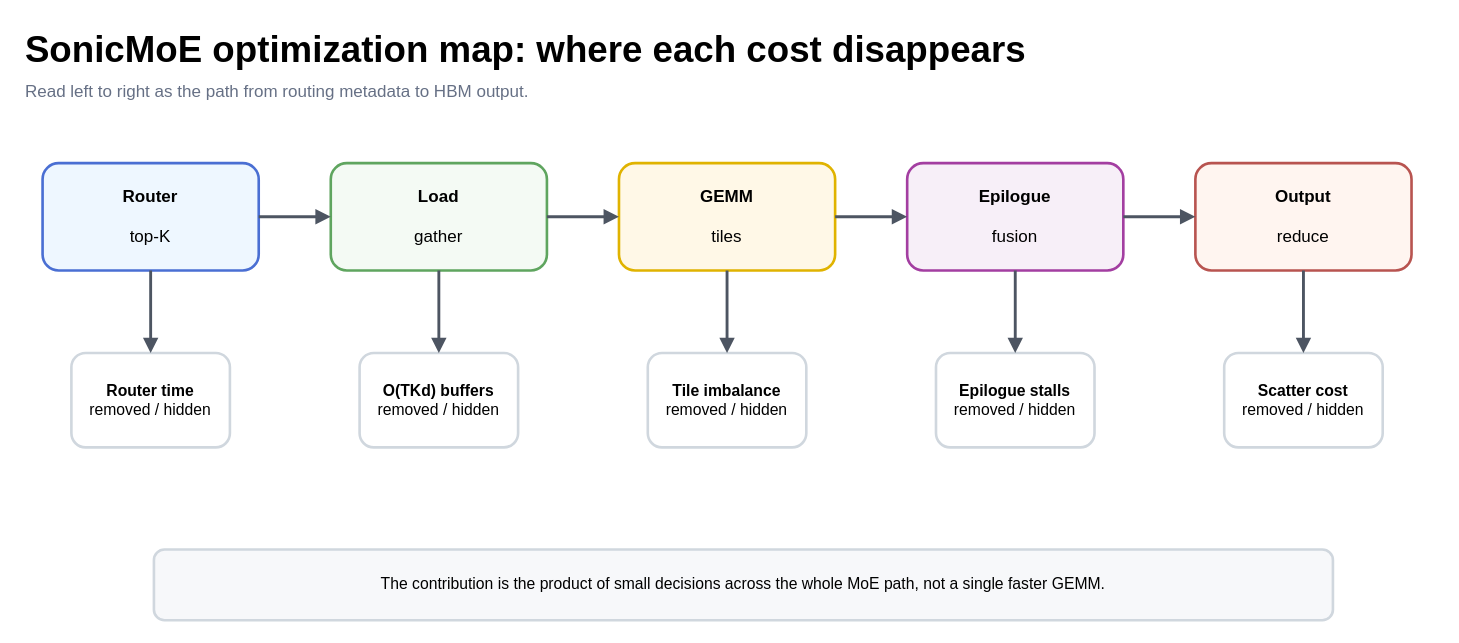
Before: static/drawio/2026-04-27-sonicmoe-blackwell-深度解读-fine-grained-moe-kernel-的算法-软件-硬件三层堆叠/figures/F5.drawio in cassiewilliam/blog, a draw.io diagram. Source tidied: cells renumbered, new cells numbered last; positions are measured from the earlier drawing's top-left corner, leaving out a move shared by most shapes. Both pictures are drawn from the tidied source at 131%, with x=0, y=0 at pixel (22, 22).
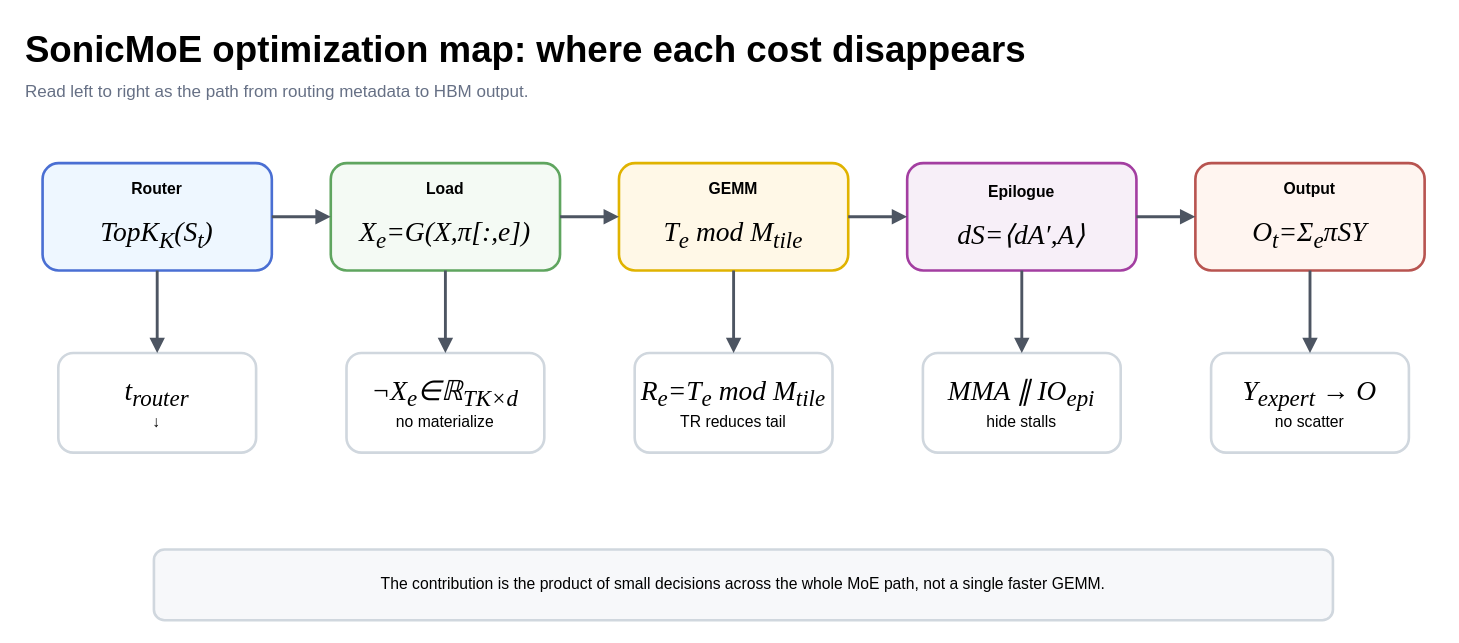
Above is the later version.

Diff of the diagram source:
```diff
@@
-    <mxCell id="4" value="&lt;b&gt;Router&lt;/b&gt;&lt;br&gt;&lt;br&gt;top-K" style="rounded=1;whiteSpace=wrap;html=1;fillColor=#eef7ff;strokeColor=#4a6fd3;strokeWidth=2;align=center;verticalAlign=middle;fontFamily=Helvetica;fontSize=13;" parent="1" vertex="1">
-      <mxGeometry x="15" y="107" width="165" height="82" as="geometry" />
+    <mxCell id="4" value="&lt;b&gt;Router&lt;/b&gt;&lt;br&gt;&lt;br&gt;&lt;font face=&quot;Times New Roman&quot; style=&quot;font-size: 21px;&quot;&gt;&lt;i&gt;TopK&lt;sub&gt;K&lt;/sub&gt;(S&lt;sub&gt;t&lt;/sub&gt;)&lt;/i&gt;&lt;/font&gt;" style="rounded=1;whiteSpace=wrap;html=1;fillColor=#eef7ff;strokeColor=#4a6fd3;strokeWidth=2;align=center;verticalAlign=middle;fontFamily=Helvetica;fontSize=12;" parent="1" vertex="1">
+      <mxGeometry x="15" y="107" width="175" height="82" as="geometry" />
     </mxCell>
-    <mxCell id="5" value="&lt;b&gt;Router time&lt;/b&gt;&lt;br&gt;removed / hidden" style="rounded=1;whiteSpace=wrap;html=1;fillColor=#fff;strokeColor=#d0d7de;strokeWidth=2;align=center;verticalAlign=middle;fontFamily=Helvetica;fontSize=12;" parent="1" vertex="1">
-      <mxGeometry x="37" y="252" width="121" height="72" as="geometry" />
+    <mxCell id="5" value="&lt;font face=&quot;Times New Roman&quot; style=&quot;font-size: 21px;&quot;&gt;&lt;i&gt;t&lt;sub&gt;router&lt;/sub&gt;&lt;/i&gt;&lt;/font&gt;&lt;br&gt;↓" style="rounded=1;whiteSpace=wrap;html=1;fillColor=#fff;strokeColor=#d0d7de;strokeWidth=2;align=center;verticalAlign=middle;fontFamily=Helvetica;fontSize=12;" parent="1" vertex="1">
+      <mxGeometry x="27" y="252" width="151" height="76" as="geometry" />
     </mxCell>
@@
-    <mxCell id="7" value="&lt;b&gt;Load&lt;/b&gt;&lt;br&gt;&lt;br&gt;gather" style="rounded=1;whiteSpace=wrap;html=1;fillColor=#f4faf4;strokeColor=#5fa55f;strokeWidth=2;align=center;verticalAlign=middle;fontFamily=Helvetica;fontSize=13;" parent="1" vertex="1">
-      <mxGeometry x="235" y="107" width="165" height="82" as="geometry" />
+    <mxCell id="7" value="&lt;b&gt;Load&lt;/b&gt;&lt;br&gt;&lt;br&gt;&lt;font face=&quot;Times New Roman&quot; style=&quot;font-size: 21px;&quot;&gt;&lt;i&gt;X&lt;sub&gt;e&lt;/sub&gt;=G(X,π[:,e])&lt;/i&gt;&lt;/font&gt;" style="rounded=1;whiteSpace=wrap;html=1;fillColor=#f4faf4;strokeColor=#5fa55f;strokeWidth=2;align=center;verticalAlign=middle;fontFamily=Helvetica;fontSize=12;" parent="1" vertex="1">
+      <mxGeometry x="235" y="107" width="175" height="82" as="geometry" />
     </mxCell>
-    <mxCell id="8" value="&lt;b&gt;O(TKd) buffers&lt;/b&gt;&lt;br&gt;removed / hidden" style="rounded=1;whiteSpace=wrap;html=1;fillColor=#fff;strokeColor=#d0d7de;strokeWidth=2;align=center;verticalAlign=middle;fontFamily=Helvetica;fontSize=12;" parent="1" vertex="1">
-      <mxGeometry x="257" y="252" width="121" height="72" as="geometry" />
+    <mxCell id="8" value="&lt;font face=&quot;Times New Roman&quot; style=&quot;font-size: 21px;&quot;&gt;&lt;i&gt;¬X&lt;sub&gt;e&lt;/sub&gt;∈ℝ&lt;sub&gt;TK×d&lt;/sub&gt;&lt;/i&gt;&lt;/font&gt;&lt;br&gt;no materialize" style="rounded=1;whiteSpace=wrap;html=1;fillColor=#fff;strokeColor=#d0d7de;strokeWidth=2;align=center;verticalAlign=middle;fontFamily=Helvetica;fontSize=12;" parent="1" vertex="1">
+      <mxGeometry x="247" y="252" width="151" height="76" as="geometry" />
     </mxCell>
@@
-    <mxCell id="11" value="&lt;b&gt;GEMM&lt;/b&gt;&lt;br&gt;&lt;br&gt;tiles" style="rounded=1;whiteSpace=wrap;html=1;fillColor=#fff8e7;strokeColor=#e0b300;strokeWidth=2;align=center;verticalAlign=middle;fontFamily=Helvetica;fontSize=13;" parent="1" vertex="1">
-      <mxGeometry x="455" y="107" width="165" height="82" as="geometry" />
+    <mxCell id="11" value="&lt;b&gt;GEMM&lt;/b&gt;&lt;br&gt;&lt;br&gt;&lt;font face=&quot;Times New Roman&quot; style=&quot;font-size: 21px;&quot;&gt;&lt;i&gt;T&lt;sub&gt;e&lt;/sub&gt; mod M&lt;sub&gt;tile&lt;/sub&gt;&lt;/i&gt;&lt;/font&gt;" style="rounded=1;whiteSpace=wrap;html=1;fillColor=#fff8e7;strokeColor=#e0b300;strokeWidth=2;align=center;verticalAlign=middle;fontFamily=Helvetica;fontSize=12;" parent="1" vertex="1">
+      <mxGeometry x="455" y="107" width="175" height="82" as="geometry" />
     </mxCell>
-    <mxCell id="12" value="&lt;b&gt;Tile imbalance&lt;/b&gt;&lt;br&gt;removed / hidden" style="rounded=1;whiteSpace=wrap;html=1;fillColor=#fff;strokeColor=#d0d7de;strokeWidth=2;align=center;verticalAlign=middle;fontFamily=Helvetica;fontSize=12;" parent="1" vertex="1">
-      <mxGeometry x="477" y="252" width="121" height="72" as="geometry" />
+    <mxCell id="12" value="&lt;font face=&quot;Times New Roman&quot; style=&quot;font-size: 21px;&quot;&gt;&lt;i&gt;R&lt;sub&gt;e&lt;/sub&gt;=T&lt;sub&gt;e&lt;/sub&gt; mod M&lt;sub&gt;tile&lt;/sub&gt;&lt;/i&gt;&lt;/font&gt;&lt;br&gt;TR reduces tail" style="rounded=1;whiteSpace=wrap;html=1;fillColor=#fff;strokeColor=#d0d7de;strokeWidth=2;align=center;verticalAlign=middle;fontFamily=Helvetica;fontSize=12;" parent="1" vertex="1">
+      <mxGeometry x="467" y="252" width="151" height="76" as="geometry" />
     </mxCell>
@@
-    <mxCell id="15" value="&lt;b&gt;Epilogue&lt;/b&gt;&lt;br&gt;&lt;br&gt;fusion" style="rounded=1;whiteSpace=wrap;html=1;fillColor=#f7eff8;strokeColor=#a33ea1;strokeWidth=2;align=center;verticalAlign=middle;fontFamily=Helvetica;fontSize=13;" parent="1" vertex="1">
-      <mxGeometry x="675" y="107" width="165" height="82" as="geometry" />
+    <mxCell id="15" value="&lt;b&gt;Epilogue&lt;/b&gt;&lt;br&gt;&lt;br&gt;&lt;font face=&quot;Times New Roman&quot; style=&quot;font-size: 21px;&quot;&gt;&lt;i&gt;dS=⟨dA′,A⟩&lt;/i&gt;&lt;/font&gt;" style="rounded=1;whiteSpace=wrap;html=1;fillColor=#f7eff8;strokeColor=#a33ea1;strokeWidth=2;align=center;verticalAlign=middle;fontFamily=Helvetica;fontSize=12;" parent="1" vertex="1">
+      <mxGeometry x="675" y="107" width="175" height="82" as="geometry" />
     </mxCell>
-    <mxCell id="16" value="&lt;b&gt;Epilogue stalls&lt;/b&gt;&lt;br&gt;removed / hidden" style="rounded=1;whiteSpace=wrap;html=1;fillColor=#fff;strokeColor=#d0d7de;strokeWidth=2;align=center;verticalAlign=middle;fontFamily=Helvetica;fontSize=12;" parent="1" vertex="1">
-      <mxGeometry x="697" y="252" width="121" height="72" as="geometry" />
+    <mxCell id="16" value="&lt;font face=&quot;Times New Roman&quot; style=&quot;font-size: 21px;&quot;&gt;&lt;i&gt;MMA ∥ IO&lt;sub&gt;epi&lt;/sub&gt;&lt;/i&gt;&lt;/font&gt;&lt;br&gt;hide stalls" style="rounded=1;whiteSpace=wrap;html=1;fillColor=#fff;strokeColor=#d0d7de;strokeWidth=2;align=center;verticalAlign=middle;fontFamily=Helvetica;fontSize=12;" parent="1" vertex="1">
+      <mxGeometry x="687" y="252" width="151" height="76" as="geometry" />
     </mxCell>
@@
-    <mxCell id="19" value="&lt;b&gt;Output&lt;/b&gt;&lt;br&gt;&lt;br&gt;reduce" style="rounded=1;whiteSpace=wrap;html=1;fillColor=#fff5f0;strokeColor=#b85450;strokeWidth=2;align=center;verticalAlign=middle;fontFamily=Helvetica;fontSize=13;" parent="1" vertex="1">
-      <mxGeometry x="895" y="107" width="165" height="82" as="geometry" />
+    <mxCell id="19" value="&lt;b&gt;Output&lt;/b&gt;&lt;br&gt;&lt;br&gt;&lt;font face=&quot;Times New Roman&quot; style=&quot;font-size: 21px;&quot;&gt;&lt;i&gt;O&lt;sub&gt;t&lt;/sub&gt;=Σ&lt;sub&gt;e&lt;/sub&gt;πSY&lt;/i&gt;&lt;/font&gt;" style="rounded=1;whiteSpace=wrap;html=1;fillColor=#fff5f0;strokeColor=#b85450;strokeWidth=2;align=center;verticalAlign=middle;fontFamily=Helvetica;fontSize=12;" parent="1" vertex="1">
+      <mxGeometry x="895" y="107" width="175" height="82" as="geometry" />
     </mxCell>
-    <mxCell id="20" value="&lt;b&gt;Scatter cost&lt;/b&gt;&lt;br&gt;removed / hidden" style="rounded=1;whiteSpace=wrap;html=1;fillColor=#fff;strokeColor=#d0d7de;strokeWidth=2;align=center;verticalAlign=middle;fontFamily=Helvetica;fontSize=12;" parent="1" vertex="1">
-      <mxGeometry x="917" y="252" width="121" height="72" as="geometry" />
+    <mxCell id="20" value="&lt;font face=&quot;Times New Roman&quot; style=&quot;font-size: 21px;&quot;&gt;&lt;i&gt;Y&lt;sub&gt;expert&lt;/sub&gt; → O&lt;/i&gt;&lt;/font&gt;&lt;br&gt;no scatter" style="rounded=1;whiteSpace=wrap;html=1;fillColor=#fff;strokeColor=#d0d7de;strokeWidth=2;align=center;verticalAlign=middle;fontFamily=Helvetica;fontSize=12;" parent="1" vertex="1">
+      <mxGeometry x="907" y="252" width="151" height="76" as="geometry" />
     </mxCell>
```
